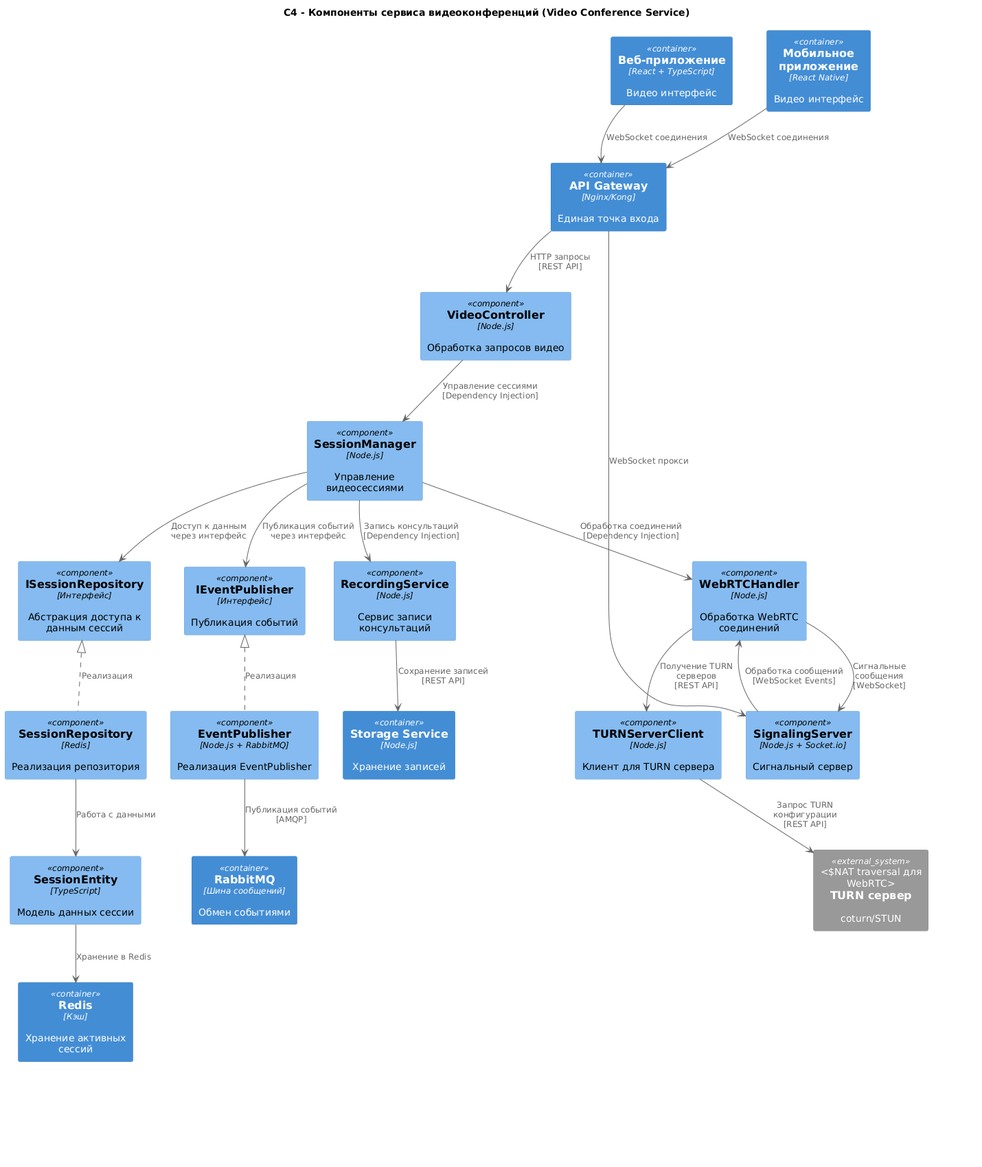
The PlantUML diagram 2. Технический проект/component.png in Exorcistee/architect, before a commit.
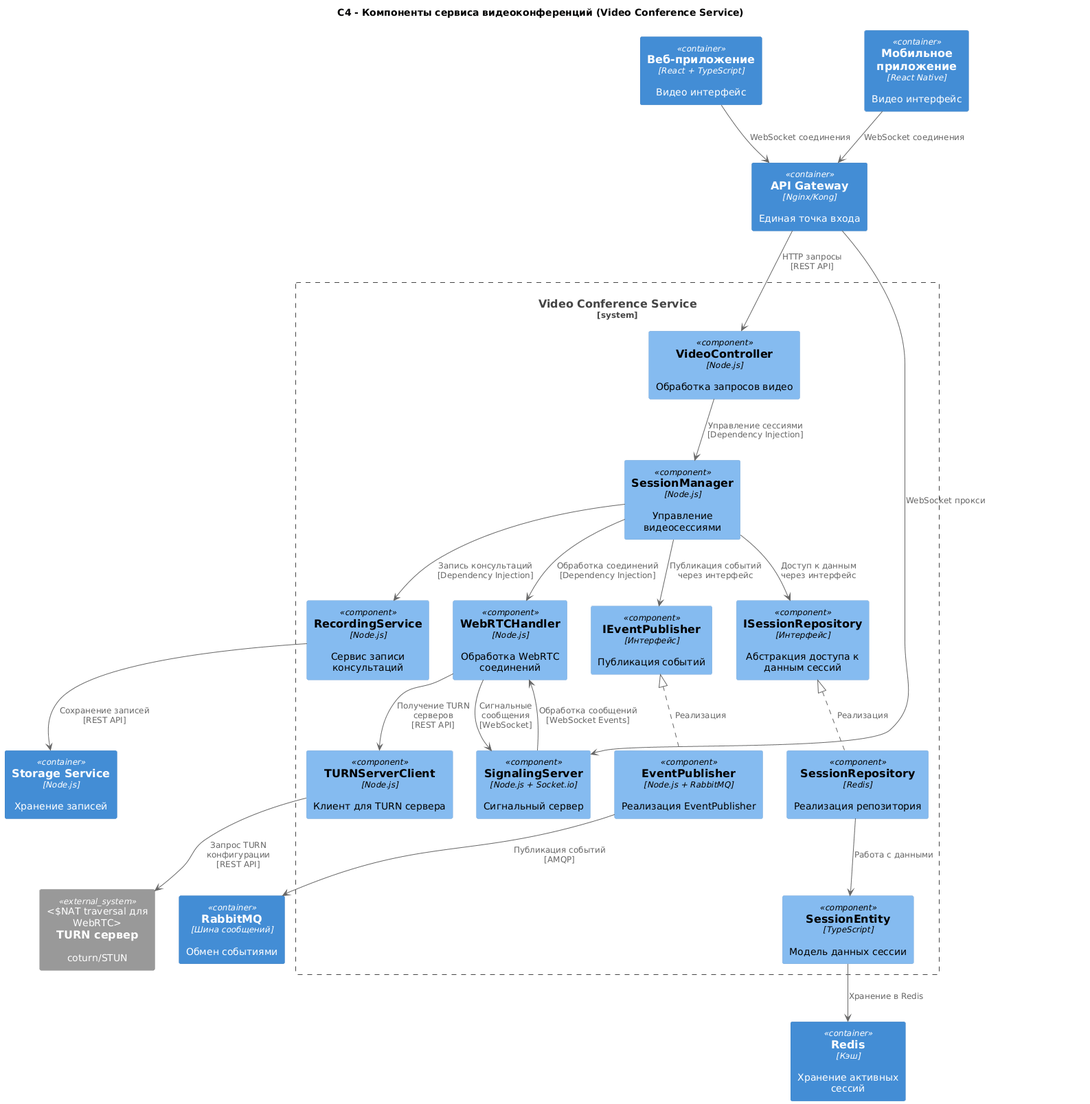
After the commit.

Change to the diagram source:
```diff
@@ -8,36 +8,24 @@
 
 Container(api_gateway, "API Gateway", "Nginx/Kong", "Единая точка входа")
 
-Component(video_controller, "VideoController", "Node.js", "Обработка запросов видео")
-
-Component(session_manager, "SessionManager", "Node.js", "Управление видеосессиями")
-
-Component(webrtc_handler, "WebRTCHandler", "Node.js", "Обработка WebRTC соединений")
-
-Component(signaling_server, "SignalingServer", "Node.js + Socket.io", "Сигнальный сервер")
-
-Component(turn_server_client, "TURNServerClient", "Node.js", "Клиент для TURN сервера")
-
-Component(session_repository_interface, "ISessionRepository", "Интерфейс", "Абстракция доступа к данным сессий")
-
-Component(session_repository_impl, "SessionRepository", "Redis", "Реализация репозитория")
-
-Component(session_entity, "SessionEntity", "TypeScript", "Модель данных сессии")
-
-Component(event_publisher_interface, "IEventPublisher", "Интерфейс", "Публикация событий")
-
-Component(event_publisher_impl, "EventPublisher", "Node.js + RabbitMQ", "Реализация EventPublisher")
-
-Component(recording_service, "RecordingService", "Node.js", "Сервис записи консультаций")
-
 Container(redis_cache, "Redis", "Кэш", "Хранение активных сессий")
-
 Container(message_queue, "RabbitMQ", "Шина сообщений", "Обмен событиями")
-
 System_Ext(turn_server, "TURN сервер", "coturn/STUN", "NAT traversal для WebRTC")
-
 Container(storage_service, "Storage Service", "Node.js", "Хранение записей")
 
+System_Boundary(video_service, "Video Conference Service") {
+    Component(video_controller, "VideoController", "Node.js", "Обработка запросов видео")
+    Component(session_manager, "SessionManager", "Node.js", "Управление видеосессиями")
+    Component(webrtc_handler, "WebRTCHandler", "Node.js", "Обработка WebRTC соединений")
+    Component(signaling_server, "SignalingServer", "Node.js + Socket.io", "Сигнальный сервер")
+    Component(turn_server_client, "TURNServerClient", "Node.js", "Клиент для TURN сервера")
+    Component(session_repository_interface, "ISessionRepository", "Интерфейс", "Абстракция доступа к данным сессий")
+    Component(session_repository_impl, "SessionRepository", "Redis", "Реализация репозитория")
+    Component(session_entity, "SessionEntity", "TypeScript", "Модель данных сессии")
+    Component(event_publisher_interface, "IEventPublisher", "Интерфейс", "Публикация событий")
+    Component(event_publisher_impl, "EventPublisher", "Node.js + RabbitMQ", "Реализация EventPublisher")
+    Component(recording_service, "RecordingService", "Node.js", "Сервис записи консультаций")
+}
 
 spa_client --> api_gateway : "WebSocket соединения"
 mobile_app --> api_gateway : "WebSocket соединения"
@@ -72,14 +60,4 @@
 spa_client -[hidden]d-> webrtc_handler : "WebRTC поток\n[Peer-to-Peer]"
 mobile_app -[hidden]d-> webrtc_handler : "WebRTC поток\n[Peer-to-Peer]"
 webrtc_handler -[hidden]d-> turn_server : "TURN реле\n[UDP/TCP]"
-
-legend right
-  <b>Легенда:</b>
-  ====
-  Сплошная линия = синхронное взаимодействие
-  Пунктирная линия = реализация интерфейса
-  Пунктир с точками = поток данных
-  Голубой = внутренние компоненты сервиса
-  Оранжевый = внешние зависимости
-endlegend
 @enduml
```
